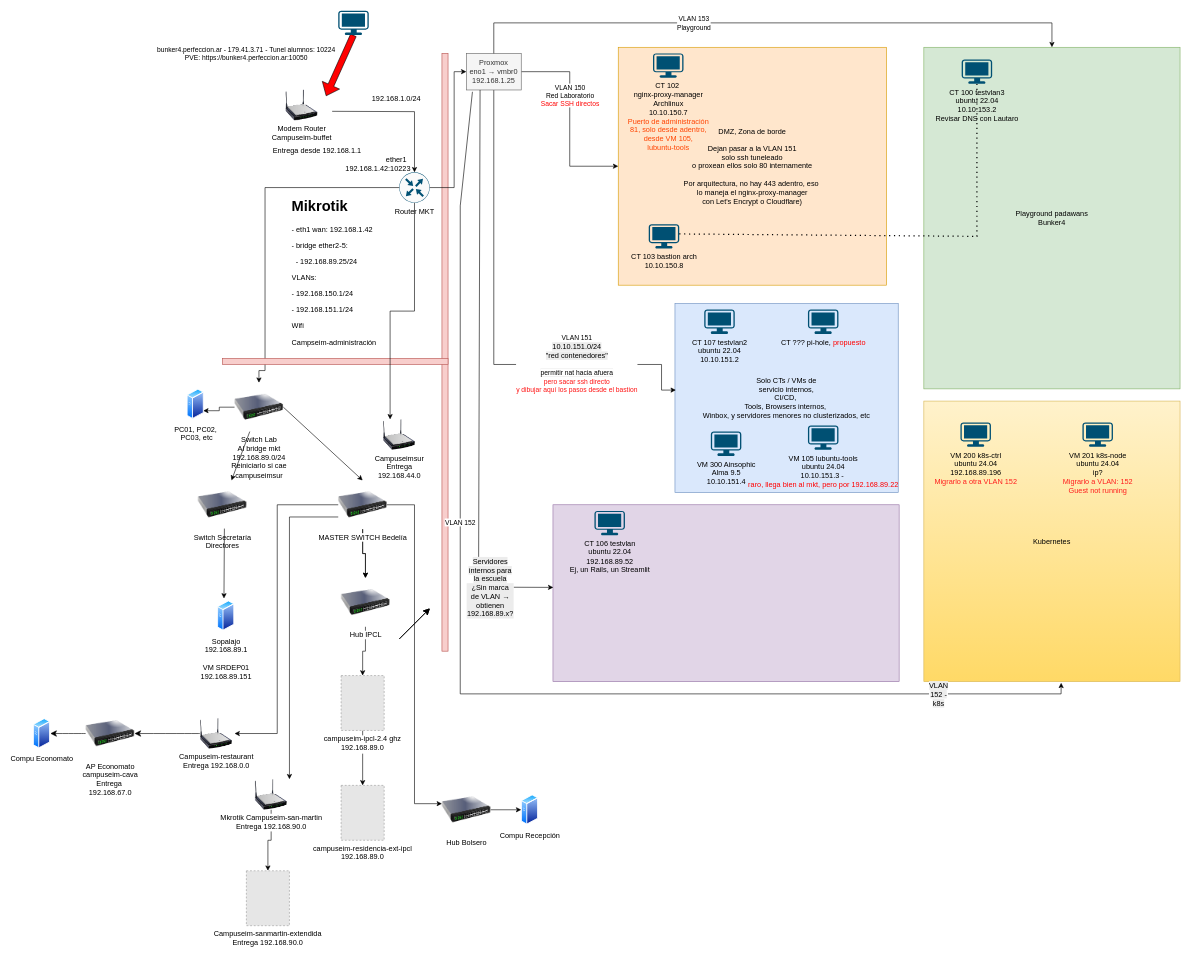
Above: red proxmox.drawio in perfeccion-ar/infraestructura-clasica-y-avanzada (draw.io), before the change. Source tidied: cells renumbered, new cells numbered last; positions are measured from the earlier drawing's top-left corner, leaving out a move shared by most shapes. Both pictures are drawn from the tidied source at 61%, with x=0, y=0 at pixel (33, 10). Pictures stored in the file or linked from it are replaced by grey dashed boxes.
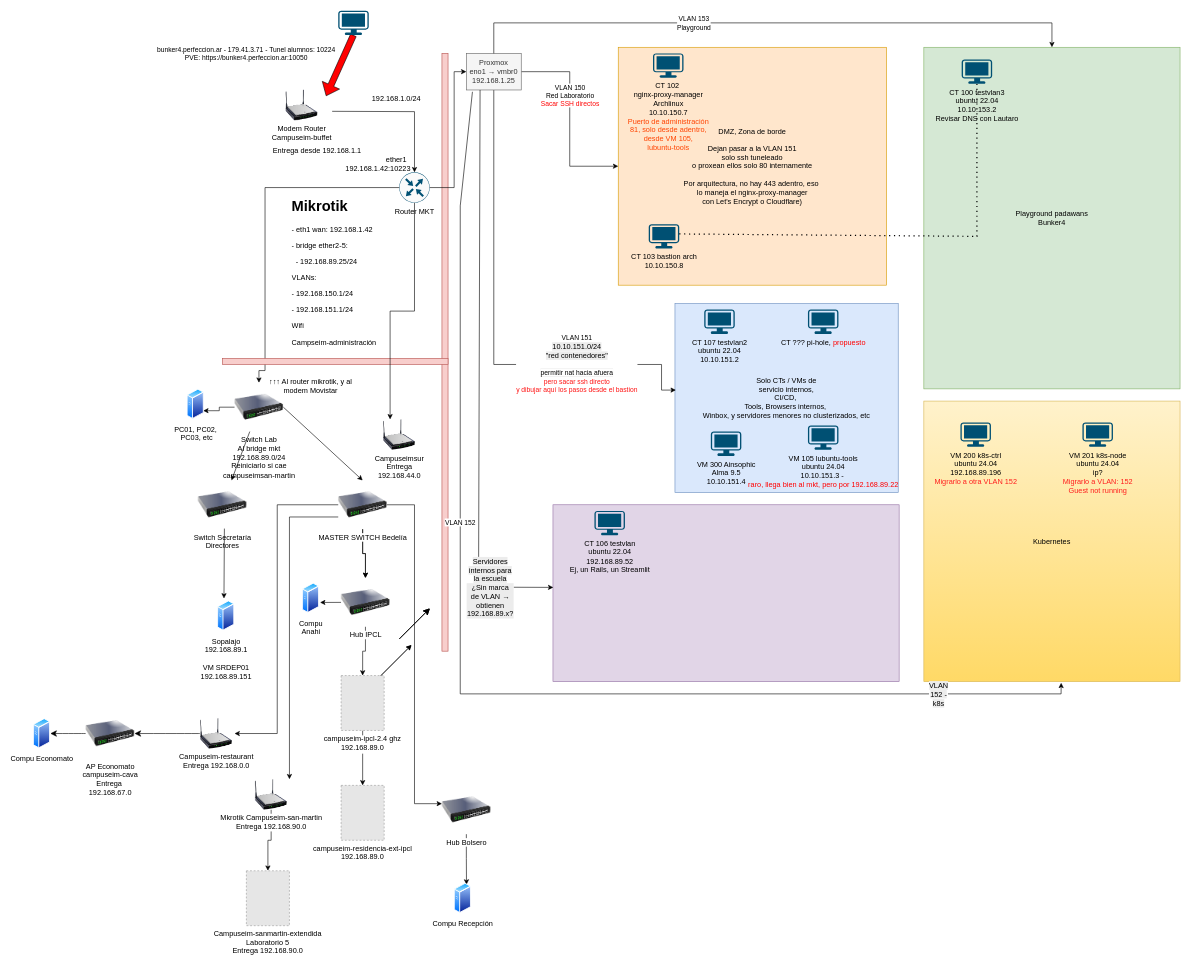
The same page after the edit.

Unchanged cells that the change refers to:
```xml
<mxCell id="62" value="Hub IPCL" style="image;html=1;image=img/lib/clip_art/networking/Switch_128x128.png;" parent="1" vertex="1">
  <mxGeometry x="504.6" y="930" width="80" height="80" as="geometry" />
</mxCell>
<mxCell id="65" value="Hub Bolsero" style="image;html=1;image=img/lib/clip_art/networking/Switch_128x128.png;" parent="1" vertex="1">
  <mxGeometry x="670" y="1270" width="80" height="80" as="geometry" />
</mxCell>
```

Diff of the diagram source:
```diff
@@
-    <mxCell id="41" value="Switch Lab&lt;div&gt;Al bridge mkt&lt;/div&gt;&lt;div&gt;192.168.89.0/24&lt;/div&gt;&lt;div&gt;Reiniciarlo si cae&lt;/div&gt;&lt;div&gt;campuseimsur&lt;/div&gt;" style="image;html=1;image=img/lib/clip_art/networking/Switch_128x128.png;" parent="1" vertex="1">
+    <mxCell id="41" value="Switch Lab&lt;div&gt;Al bridge mkt&lt;/div&gt;&lt;div&gt;192.168.89.0/24&lt;/div&gt;&lt;div&gt;Reiniciarlo si cae&lt;/div&gt;&lt;div&gt;campuseimsan-martin&lt;/div&gt;" style="image;html=1;image=img/lib/clip_art/networking/Switch_128x128.png;" parent="1" vertex="1">
       <mxGeometry x="330" y="610" width="80" height="80" as="geometry" />
     </mxCell>
@@
-    <mxCell id="64" style="edgeStyle=orthogonalEdgeStyle;rounded=0;jettySize=auto;html=1;exitX=1;exitY=0.5;exitDx=0;exitDy=0;entryX=0;entryY=0.5;entryDx=0;entryDy=0;" parent="1" edge="1" source="65" target="67">
+    <mxCell id="64" style="edgeStyle=orthogonalEdgeStyle;rounded=0;jettySize=auto;html=1;exitX=0.5;exitY=1;exitDx=0;exitDy=0;entryX=0.75;entryY=0;entryDx=0;entryDy=0;" parent="1" edge="1" source="65" target="67">
       <mxGeometry relative="1" as="geometry" />
     </mxCell>
@@
     <mxCell id="67" value="Compu Recepción" style="image;perimeter=ellipsePerimeter;html=1;align=center;shadow=0;dashed=0;spacingTop=3;image=img/lib/active_directory/generic_server.svg;" parent="1" vertex="1">
-      <mxGeometry x="800" y="1285" width="28" height="50" as="geometry" />
+      <mxGeometry x="690" y="1430" width="28" height="50" as="geometry" />
     </mxCell>
@@
-    <mxCell id="70" value="Campuseim-sanmartin-extendida&#10;Entrega 192.168.90.0" style="fillColor=#E6E6E6;strokeColor=#999999;dashed=1;verticalLabelPosition=bottom;labelBackgroundColor=default;verticalAlign=top;" parent="1" vertex="1">
+    <mxCell id="70" value="Campuseim-sanmartin-extendida&#10;Laboratorio 5&#10;Entrega 192.168.90.0" style="fillColor=#E6E6E6;strokeColor=#999999;dashed=1;verticalLabelPosition=bottom;labelBackgroundColor=default;verticalAlign=top;" parent="1" vertex="1">
       <mxGeometry x="349.4" y="1410" width="70.6" height="90" as="geometry" />
     </mxCell>
@@
+    <mxCell id="80" style="endArrow=classic;html=1;rounded=0;" parent="1" edge="1">
+      <mxGeometry relative="1" as="geometry">
+        <mxPoint x="570" y="1090" as="sourcePoint" />
+        <mxPoint x="620" y="1040" as="targetPoint" />
+      </mxGeometry>
+    </mxCell>
+    <mxCell id="81" style="endArrow=classic;html=1;rounded=0;" parent="1" edge="1">
+      <mxGeometry relative="1" as="geometry">
+        <mxPoint x="570" y="1090" as="sourcePoint" />
+        <mxPoint x="620" y="1040" as="targetPoint" />
+      </mxGeometry>
+    </mxCell>
+    <mxCell id="82" value="↑↑↑ Al router mikrotik, y al modem Movistar" style="text;strokeColor=none;align=center;fillColor=none;html=1;verticalAlign=middle;whiteSpace=wrap;rounded=0;" parent="1" vertex="1">
+      <mxGeometry x="380" y="600" width="150" height="30" as="geometry" />
+    </mxCell>
+    <mxCell id="83" value="Compu&lt;div&gt;Anahi&lt;/div&gt;" style="image;perimeter=ellipsePerimeter;html=1;align=center;shadow=0;dashed=0;spacingTop=3;image=img/lib/active_directory/generic_server.svg;" parent="1" vertex="1">
+      <mxGeometry x="441" y="938" width="28" height="50" as="geometry" />
+    </mxCell>
+    <mxCell id="84" style="endArrow=classic;html=1;rounded=0;exitX=0;exitY=0.5;exitDx=0;exitDy=0;entryX=1.043;entryY=0.643;entryDx=0;entryDy=0;entryPerimeter=0;" parent="1" edge="1" source="62" target="83">
+      <mxGeometry relative="1" as="geometry" />
+    </mxCell>
```
